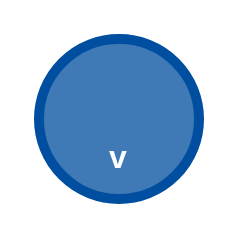
This is sprites/vertex_current.drawio from cppcake/visu_alpro, a draw.io file, before an edit. Source tidied: cells renumbered, new cells numbered last; positions are measured from the earlier drawing's top-left corner, leaving out a move shared by most shapes. Both pictures are drawn from the tidied source at 200%, with x=0, y=0 at pixel (38, 38).
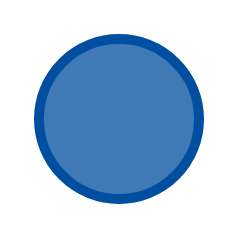
The same diagram, later.

Diff of the diagram source:
```diff
@@
 <mxGraphModel>
   <root>
     <mxCell id="0" />
     <mxCell id="1" parent="0" />
-    <mxCell id="2" value="&lt;font style=&quot;font-size: 16px;&quot;&gt;&lt;b&gt;&lt;br&gt;&lt;br&gt;v&lt;/b&gt;&lt;/font&gt;" style="ellipse;whiteSpace=wrap;html=1;strokeWidth=5;fillColor=#3f7ab7;fontColor=#ffffff;strokeColor=#004e9f;" parent="1" vertex="1">
+    <mxCell id="2" style="ellipse;whiteSpace=wrap;html=1;strokeWidth=5;fillColor=#3f7ab7;fontColor=#ffffff;strokeColor=#004e9f;" parent="1" vertex="1">
       <mxGeometry width="80" height="80" as="geometry" />
     </mxCell>
   </root>
 </mxGraphModel>
```
